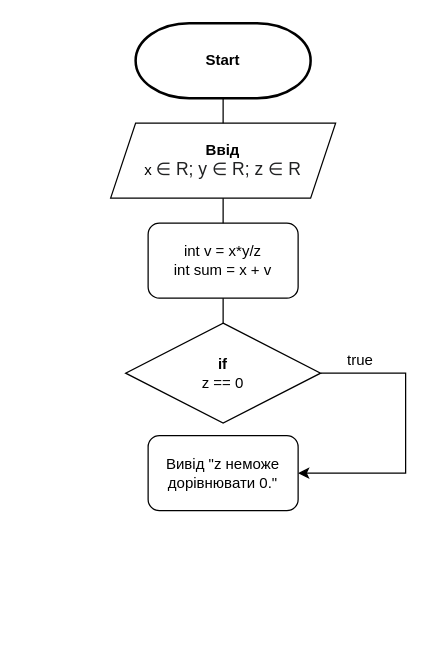
Before: Lab01/Lab01.1.drawio in w0nna/ads-bugreyev-kp13, a draw.io diagram. Source tidied: cells renumbered, new cells numbered last; positions are measured from the earlier drawing's top-left corner, leaving out a move shared by most shapes. Both pictures are drawn from the tidied source at 125%, with x=0, y=0 at pixel (110, 22).
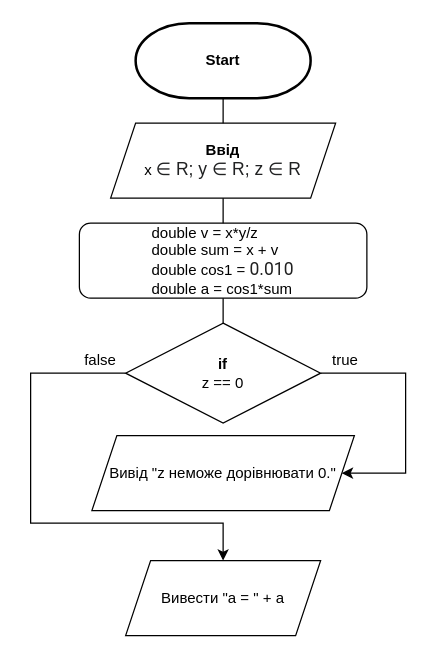
The same page after the edit.

Commit message:
Зміна типу даних через умови, додавання іншої гілки умови при false та додавання операцій, які знадобляться для виведення.

Change to the diagram source:
```diff
@@
 <mxGraphModel>
   <root>
     <mxCell id="0" />
     <mxCell id="1" parent="0" />
     <mxCell id="2" value="&lt;b&gt;Start&lt;/b&gt;" style="strokeWidth=2;html=1;shape=mxgraph.flowchart.terminator;whiteSpace=wrap;" parent="1" vertex="1">
       <mxGeometry x="20" width="140" height="60" as="geometry" />
     </mxCell>
     <mxCell id="3" value="&lt;b&gt;Ввід&lt;/b&gt;&lt;br&gt;x&amp;nbsp;&lt;span style=&quot;color: rgb(32 , 33 , 34) ; font-family: sans-serif ; font-size: 14px ; background-color: rgb(255 , 255 , 255)&quot;&gt;∈ R; y&amp;nbsp;&lt;/span&gt;&lt;span style=&quot;color: rgb(32 , 33 , 34) ; font-family: sans-serif ; font-size: 14px ; background-color: rgb(255 , 255 , 255)&quot;&gt;∈ R; z&amp;nbsp;&lt;/span&gt;&lt;span style=&quot;color: rgb(32 , 33 , 34) ; font-family: sans-serif ; font-size: 14px ; background-color: rgb(255 , 255 , 255)&quot;&gt;∈ R&lt;/span&gt;" style="shape=parallelogram;perimeter=parallelogramPerimeter;whiteSpace=wrap;html=1;fixedSize=1;" parent="1" vertex="1">
       <mxGeometry y="80" width="180" height="60" as="geometry" />
     </mxCell>
     <mxCell id="4" style="endArrow=none;html=1;entryX=0.5;entryY=1;entryDx=0;entryDy=0;entryPerimeter=0;exitX=0.5;exitY=0;exitDx=0;exitDy=0;" parent="1" edge="1" source="3" target="2">
       <mxGeometry relative="1" as="geometry" />
     </mxCell>
-    <mxCell id="5" value="int v = x*y/z&lt;br&gt;int sum = x + v" style="rounded=1;whiteSpace=wrap;html=1;" parent="1" vertex="1">
-      <mxGeometry x="30" y="160" width="120" height="60" as="geometry" />
+    <mxCell id="5" value="&lt;div style=&quot;text-align: justify&quot;&gt;&lt;span&gt;double&amp;nbsp;v = x*y/z&lt;/span&gt;&lt;/div&gt;&lt;div style=&quot;text-align: justify&quot;&gt;&lt;span&gt;double&amp;nbsp;sum = x + v&lt;/span&gt;&lt;/div&gt;&lt;div style=&quot;text-align: justify&quot;&gt;&lt;span&gt;double&amp;nbsp;cos1 =&amp;nbsp;&lt;/span&gt;&lt;span style=&quot;color: rgb(33 , 33 , 33) ; font-family: &amp;#34;roboto&amp;#34; , &amp;#34;open sans&amp;#34; , &amp;#34;helvetica&amp;#34; , &amp;#34;arial&amp;#34; , sans-serif ; font-size: 14px ; background-color: rgb(255 , 255 , 255)&quot;&gt;0.010&lt;/span&gt;&lt;/div&gt;&lt;div style=&quot;text-align: justify&quot;&gt;&lt;span&gt;double a = cos1*sum&lt;/span&gt;&lt;/div&gt;" style="rounded=1;whiteSpace=wrap;html=1;align=center;" parent="1" vertex="1">
+      <mxGeometry x="-25" y="160" width="230" height="60" as="geometry" />
     </mxCell>
     <mxCell id="6" style="endArrow=none;html=1;entryX=0.5;entryY=1;entryDx=0;entryDy=0;exitX=0.5;exitY=0;exitDx=0;exitDy=0;" parent="1" edge="1" source="5" target="3">
       <mxGeometry relative="1" as="geometry" />
     </mxCell>
     <mxCell id="7" style="edgeStyle=orthogonalEdgeStyle;rounded=0;jettySize=auto;html=1;entryX=1;entryY=0.5;entryDx=0;entryDy=0;" parent="1" edge="1" source="8" target="10">
       <mxGeometry relative="1" as="geometry">
         <Array as="points">
           <mxPoint x="236" y="280" />
           <mxPoint x="236" y="360" />
         </Array>
       </mxGeometry>
     </mxCell>
+    <mxCell id="12" style="edgeStyle=orthogonalEdgeStyle;rounded=0;jettySize=auto;html=1;entryX=0.5;entryY=0;entryDx=0;entryDy=0;startArrow=none;exitX=0;exitY=0.5;exitDx=0;exitDy=0;" parent="1" edge="1" source="8" target="13">
+      <mxGeometry relative="1" as="geometry">
+        <Array as="points">
+          <mxPoint x="-64" y="280" />
+          <mxPoint x="-64" y="400" />
+          <mxPoint x="90" y="400" />
+        </Array>
+      </mxGeometry>
+    </mxCell>
     <mxCell id="8" value="&lt;b&gt;if&lt;/b&gt;&lt;br&gt;z == 0" style="rhombus;whiteSpace=wrap;html=1;" parent="1" vertex="1">
       <mxGeometry x="12" y="240" width="156" height="80" as="geometry" />
     </mxCell>
     <mxCell id="9" style="endArrow=none;html=1;entryX=0.5;entryY=1;entryDx=0;entryDy=0;exitX=0.5;exitY=0;exitDx=0;exitDy=0;" parent="1" edge="1" source="8" target="5">
       <mxGeometry relative="1" as="geometry" />
     </mxCell>
+    <mxCell id="11" value="true" style="text;html=1;strokeColor=none;fillColor=none;align=center;verticalAlign=middle;whiteSpace=wrap;rounded=0;" parent="1" vertex="1">
+      <mxGeometry x="168" y="260" width="40" height="20" as="geometry" />
+    </mxCell>
-    <mxCell id="10" value="Вивід &quot;z неможе дорівнювати 0.&quot;" style="rounded=1;whiteSpace=wrap;html=1;" parent="1" vertex="1">
-      <mxGeometry x="30" y="330" width="120" height="60" as="geometry" />
+    <mxCell id="10" value="&lt;span&gt;Вивід &quot;z неможе дорівнювати 0.&quot;&lt;/span&gt;" style="shape=parallelogram;perimeter=parallelogramPerimeter;whiteSpace=wrap;html=1;fixedSize=1;" parent="1" vertex="1">
+      <mxGeometry x="-15" y="330" width="210" height="60" as="geometry" />
     </mxCell>
-    <mxCell id="11" value="true" style="text;html=1;strokeColor=none;fillColor=none;align=center;verticalAlign=middle;whiteSpace=wrap;rounded=0;" parent="1" vertex="1">
-      <mxGeometry x="180" y="260" width="40" height="20" as="geometry" />
-    </mxCell>
+    <mxCell id="13" value="Вивести &quot;а = &quot; + a" style="shape=parallelogram;perimeter=parallelogramPerimeter;whiteSpace=wrap;html=1;fixedSize=1;" parent="1" vertex="1">
+      <mxGeometry x="12" y="430" width="156" height="60" as="geometry" />
+    </mxCell>
+    <mxCell id="14" value="false" style="text;html=1;strokeColor=none;fillColor=none;align=center;verticalAlign=middle;whiteSpace=wrap;rounded=0;" parent="1" vertex="1">
+      <mxGeometry x="-28" y="260" width="40" height="20" as="geometry" />
+    </mxCell>
   </root>
 </mxGraphModel>
```
